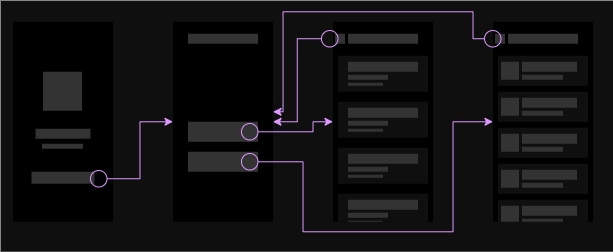
Above: 1-SoftwareRequirements/1.4-FuncNonFuncRequirements/1.4.4-NFRUserInterfaceOUTPUT/NFRUserInterfaceOUTPUT.drawio.png in oleksandrblazhko/ai-216-idzhilov (draw.io), before the change. Source tidied: cells renumbered, new cells last; positions are measured from the earlier drawing's top-left corner, leaving out a move shared by most shapes. Its diagram source:
```xml
<mxGraphModel>
  <root>
    <mxCell id="0" />
    <mxCell id="1" parent="0" />
    <mxCell id="2" style="rounded=0;whiteSpace=wrap;html=1;fillColor=#0F0F0F;strokeColor=none;" parent="1" vertex="1">
      <mxGeometry width="612.5" height="251.2" as="geometry" />
    </mxCell>
    <mxCell id="3" style="rounded=0;whiteSpace=wrap;html=1;fillColor=#000000;strokeColor=none;" parent="1" vertex="1">
      <mxGeometry x="172.5" y="21.2" width="100" height="200" as="geometry" />
    </mxCell>
    <mxCell id="4" style="rounded=0;whiteSpace=wrap;html=1;fillColor=#000000;strokeColor=none;" parent="1" vertex="1">
      <mxGeometry x="332.5" y="21.2" width="100" height="200" as="geometry" />
    </mxCell>
    <mxCell id="5" style="rounded=0;whiteSpace=wrap;html=1;fillColor=#000000;strokeColor=none;" parent="1" vertex="1">
      <mxGeometry x="492.5" y="21.2" width="100" height="200" as="geometry" />
    </mxCell>
    <mxCell id="6" style="rounded=0;whiteSpace=wrap;html=1;fillColor=#000000;strokeColor=none;" parent="1" vertex="1">
      <mxGeometry x="12.5" y="21.2" width="100" height="200" as="geometry" />
    </mxCell>
    <mxCell id="7" style="rounded=0;whiteSpace=wrap;html=1;fillColor=#333333;strokeColor=none;" parent="1" vertex="1">
      <mxGeometry x="187.5" y="121.2" width="70" height="20" as="geometry" />
    </mxCell>
    <mxCell id="8" style="rounded=0;whiteSpace=wrap;html=1;fillColor=#333333;strokeColor=none;" parent="1" vertex="1">
      <mxGeometry x="187.5" y="151.2" width="70" height="20" as="geometry" />
    </mxCell>
    <mxCell id="9" style="rounded=0;whiteSpace=wrap;html=1;fillColor=#0F0F0F;strokeColor=none;" parent="1" vertex="1">
      <mxGeometry x="337.5" y="55.2" width="90" height="36" as="geometry" />
    </mxCell>
    <mxCell id="10" style="rounded=0;whiteSpace=wrap;html=1;strokeColor=none;fillColor=#333333;" parent="1" vertex="1">
      <mxGeometry x="347.5" y="61.2" width="70" height="10" as="geometry" />
    </mxCell>
    <mxCell id="11" style="rounded=0;whiteSpace=wrap;html=1;strokeColor=none;fillColor=#333333;" parent="1" vertex="1">
      <mxGeometry x="347.5" y="74.2" width="40" height="5" as="geometry" />
    </mxCell>
    <mxCell id="12" style="rounded=0;whiteSpace=wrap;html=1;strokeColor=none;fillColor=#333333;" parent="1" vertex="1">
      <mxGeometry x="347.5" y="82.2" width="35" height="3" as="geometry" />
    </mxCell>
    <mxCell id="13" style="rounded=0;whiteSpace=wrap;html=1;fillColor=#0F0F0F;strokeColor=none;" parent="1" vertex="1">
      <mxGeometry x="337.5" y="101.2" width="90" height="36" as="geometry" />
    </mxCell>
    <mxCell id="14" style="rounded=0;whiteSpace=wrap;html=1;strokeColor=none;fillColor=#333333;" parent="1" vertex="1">
      <mxGeometry x="347.5" y="107.2" width="70" height="10" as="geometry" />
    </mxCell>
    <mxCell id="15" style="rounded=0;whiteSpace=wrap;html=1;strokeColor=none;fillColor=#333333;" parent="1" vertex="1">
      <mxGeometry x="347.5" y="120.2" width="40" height="5" as="geometry" />
    </mxCell>
    <mxCell id="16" style="rounded=0;whiteSpace=wrap;html=1;strokeColor=none;fillColor=#333333;" parent="1" vertex="1">
      <mxGeometry x="347.5" y="128.2" width="35" height="3" as="geometry" />
    </mxCell>
    <mxCell id="17" style="rounded=0;whiteSpace=wrap;html=1;fillColor=#0F0F0F;strokeColor=none;" parent="1" vertex="1">
      <mxGeometry x="337.5" y="147.2" width="90" height="36" as="geometry" />
    </mxCell>
    <mxCell id="18" style="rounded=0;whiteSpace=wrap;html=1;strokeColor=none;fillColor=#333333;" parent="1" vertex="1">
      <mxGeometry x="347.5" y="153.2" width="70" height="10" as="geometry" />
    </mxCell>
    <mxCell id="19" style="rounded=0;whiteSpace=wrap;html=1;strokeColor=none;fillColor=#333333;" parent="1" vertex="1">
      <mxGeometry x="347.5" y="166.2" width="40" height="5" as="geometry" />
    </mxCell>
    <mxCell id="20" style="rounded=0;whiteSpace=wrap;html=1;strokeColor=none;fillColor=#333333;" parent="1" vertex="1">
      <mxGeometry x="347.5" y="174.2" width="35" height="3" as="geometry" />
    </mxCell>
    <mxCell id="21" style="rounded=0;whiteSpace=wrap;html=1;fillColor=#0F0F0F;strokeColor=none;" parent="1" vertex="1">
      <mxGeometry x="337.5" y="193.2" width="90" height="28" as="geometry" />
    </mxCell>
    <mxCell id="22" style="rounded=0;whiteSpace=wrap;html=1;strokeColor=none;fillColor=#333333;" parent="1" vertex="1">
      <mxGeometry x="347.5" y="199.2" width="70" height="10" as="geometry" />
    </mxCell>
    <mxCell id="23" style="rounded=0;whiteSpace=wrap;html=1;strokeColor=none;fillColor=#333333;" parent="1" vertex="1">
      <mxGeometry x="347.5" y="212.2" width="40" height="5" as="geometry" />
    </mxCell>
    <mxCell id="24" style="rounded=0;whiteSpace=wrap;html=1;strokeColor=none;fillColor=#333333;" parent="1" vertex="1">
      <mxGeometry x="347.5" y="220.2" width="35" height="1" as="geometry" />
    </mxCell>
    <mxCell id="25" style="rounded=0;whiteSpace=wrap;html=1;strokeColor=none;fillColor=#333333;" parent="1" vertex="1">
      <mxGeometry x="347.5" y="33.2" width="70" height="10" as="geometry" />
    </mxCell>
    <mxCell id="26" style="rounded=0;whiteSpace=wrap;html=1;fillColor=#333333;strokeColor=none;" parent="1" vertex="1">
      <mxGeometry x="334.5" y="33.2" width="10" height="10" as="geometry" />
    </mxCell>
    <mxCell id="27" style="rounded=0;whiteSpace=wrap;html=1;strokeColor=none;fillColor=#333333;" parent="1" vertex="1">
      <mxGeometry x="507.5" y="33.2" width="70" height="10" as="geometry" />
    </mxCell>
    <mxCell id="28" style="rounded=0;whiteSpace=wrap;html=1;fillColor=#333333;strokeColor=none;" parent="1" vertex="1">
      <mxGeometry x="494.5" y="33.2" width="10" height="10" as="geometry" />
    </mxCell>
    <mxCell id="29" style="rounded=0;whiteSpace=wrap;html=1;fillColor=#0F0F0F;strokeColor=none;" parent="1" vertex="1">
      <mxGeometry x="497.5" y="55.2" width="90" height="30" as="geometry" />
    </mxCell>
    <mxCell id="30" style="rounded=0;whiteSpace=wrap;html=1;strokeColor=none;fillColor=#333333;" parent="1" vertex="1">
      <mxGeometry x="521.5" y="61.2" width="55" height="10" as="geometry" />
    </mxCell>
    <mxCell id="31" style="rounded=0;whiteSpace=wrap;html=1;strokeColor=none;fillColor=#333333;" parent="1" vertex="1">
      <mxGeometry x="521.5" y="74.2" width="41" height="5" as="geometry" />
    </mxCell>
    <mxCell id="32" style="rounded=0;whiteSpace=wrap;html=1;fillColor=#333333;strokeColor=none;" parent="1" vertex="1">
      <mxGeometry x="500.5" y="61.2" width="18" height="18" as="geometry" />
    </mxCell>
    <mxCell id="33" style="rounded=0;whiteSpace=wrap;html=1;fillColor=#0F0F0F;strokeColor=none;" parent="1" vertex="1">
      <mxGeometry x="497.5" y="91.2" width="90" height="30" as="geometry" />
    </mxCell>
    <mxCell id="34" style="rounded=0;whiteSpace=wrap;html=1;strokeColor=none;fillColor=#333333;" parent="1" vertex="1">
      <mxGeometry x="521.5" y="97.2" width="55" height="10" as="geometry" />
    </mxCell>
    <mxCell id="35" style="rounded=0;whiteSpace=wrap;html=1;strokeColor=none;fillColor=#333333;" parent="1" vertex="1">
      <mxGeometry x="521.5" y="110.2" width="41" height="5" as="geometry" />
    </mxCell>
    <mxCell id="36" style="rounded=0;whiteSpace=wrap;html=1;fillColor=#333333;strokeColor=none;" parent="1" vertex="1">
      <mxGeometry x="500.5" y="97.2" width="18" height="18" as="geometry" />
    </mxCell>
    <mxCell id="37" style="rounded=0;whiteSpace=wrap;html=1;fillColor=#0F0F0F;strokeColor=none;" parent="1" vertex="1">
      <mxGeometry x="497.5" y="127.2" width="90" height="30" as="geometry" />
    </mxCell>
    <mxCell id="38" style="rounded=0;whiteSpace=wrap;html=1;strokeColor=none;fillColor=#333333;" parent="1" vertex="1">
      <mxGeometry x="521.5" y="133.2" width="55" height="10" as="geometry" />
    </mxCell>
    <mxCell id="39" style="rounded=0;whiteSpace=wrap;html=1;strokeColor=none;fillColor=#333333;" parent="1" vertex="1">
      <mxGeometry x="521.5" y="146.2" width="41" height="5" as="geometry" />
    </mxCell>
    <mxCell id="40" style="rounded=0;whiteSpace=wrap;html=1;fillColor=#333333;strokeColor=none;" parent="1" vertex="1">
      <mxGeometry x="500.5" y="133.2" width="18" height="18" as="geometry" />
    </mxCell>
    <mxCell id="41" style="rounded=0;whiteSpace=wrap;html=1;fillColor=#0F0F0F;strokeColor=none;" parent="1" vertex="1">
      <mxGeometry x="497.5" y="163.2" width="90" height="30" as="geometry" />
    </mxCell>
    <mxCell id="42" style="rounded=0;whiteSpace=wrap;html=1;strokeColor=none;fillColor=#333333;" parent="1" vertex="1">
      <mxGeometry x="521.5" y="169.2" width="55" height="10" as="geometry" />
    </mxCell>
    <mxCell id="43" style="rounded=0;whiteSpace=wrap;html=1;strokeColor=none;fillColor=#333333;" parent="1" vertex="1">
      <mxGeometry x="521.5" y="182.2" width="41" height="5" as="geometry" />
    </mxCell>
    <mxCell id="44" style="rounded=0;whiteSpace=wrap;html=1;fillColor=#333333;strokeColor=none;" parent="1" vertex="1">
      <mxGeometry x="500.5" y="169.2" width="18" height="18" as="geometry" />
    </mxCell>
    <mxCell id="45" style="rounded=0;whiteSpace=wrap;html=1;fillColor=#0F0F0F;strokeColor=none;" parent="1" vertex="1">
      <mxGeometry x="497.5" y="199.2" width="90" height="22" as="geometry" />
    </mxCell>
    <mxCell id="46" style="rounded=0;whiteSpace=wrap;html=1;strokeColor=none;fillColor=#333333;" parent="1" vertex="1">
      <mxGeometry x="521.5" y="205.2" width="55" height="10" as="geometry" />
    </mxCell>
    <mxCell id="47" style="rounded=0;whiteSpace=wrap;html=1;strokeColor=none;fillColor=#333333;" parent="1" vertex="1">
      <mxGeometry x="521.5" y="218.2" width="41" height="3" as="geometry" />
    </mxCell>
    <mxCell id="48" style="rounded=0;whiteSpace=wrap;html=1;fillColor=#333333;strokeColor=none;" parent="1" vertex="1">
      <mxGeometry x="500.5" y="205.2" width="18" height="16" as="geometry" />
    </mxCell>
    <mxCell id="49" style="rounded=0;whiteSpace=wrap;html=1;fillColor=#333333;strokeColor=none;" parent="1" vertex="1">
      <mxGeometry x="42.5" y="71.2" width="39" height="39" as="geometry" />
    </mxCell>
    <mxCell id="50" style="rounded=0;whiteSpace=wrap;html=1;strokeColor=none;fillColor=#333333;" parent="1" vertex="1">
      <mxGeometry x="35" y="128.2" width="55" height="10" as="geometry" />
    </mxCell>
    <mxCell id="51" style="rounded=0;whiteSpace=wrap;html=1;strokeColor=none;fillColor=#333333;" parent="1" vertex="1">
      <mxGeometry x="41.5" y="143.2" width="41" height="5" as="geometry" />
    </mxCell>
    <mxCell id="52" style="rounded=0;whiteSpace=wrap;html=1;strokeColor=none;fillColor=#333333;" parent="1" vertex="1">
      <mxGeometry x="31" y="171.2" width="63" height="12" as="geometry" />
    </mxCell>
    <mxCell id="53" style="rounded=0;whiteSpace=wrap;html=1;strokeColor=none;fillColor=#333333;" parent="1" vertex="1">
      <mxGeometry x="187.5" y="33.2" width="70" height="10" as="geometry" />
    </mxCell>
    <mxCell id="54" style="edgeStyle=orthogonalEdgeStyle;rounded=0;jettySize=auto;html=1;entryX=0;entryY=0.5;entryDx=0;entryDy=0;strokeColor=#DD99FF;" parent="1" edge="1" source="55" target="3">
      <mxGeometry relative="1" as="geometry" />
    </mxCell>
    <mxCell id="55" style="ellipse;whiteSpace=wrap;html=1;fillColor=none;strokeColor=#DD99FF;" parent="1" vertex="1">
      <mxGeometry x="90" y="170" width="16.5" height="16.5" as="geometry" />
    </mxCell>
    <mxCell id="56" style="edgeStyle=orthogonalEdgeStyle;rounded=0;jettySize=auto;html=1;entryX=0;entryY=0.5;entryDx=0;entryDy=0;strokeColor=#DD99FF;" parent="1" edge="1" source="57" target="4">
      <mxGeometry relative="1" as="geometry">
        <Array as="points">
          <mxPoint x="312.5" y="131.2" />
          <mxPoint x="312.5" y="121.2" />
        </Array>
      </mxGeometry>
    </mxCell>
    <mxCell id="57" style="ellipse;whiteSpace=wrap;html=1;fillColor=none;strokeColor=#DD99FF;" parent="1" vertex="1">
      <mxGeometry x="241" y="123" width="16.5" height="16.5" as="geometry" />
    </mxCell>
    <mxCell id="58" style="edgeStyle=orthogonalEdgeStyle;rounded=0;jettySize=auto;html=1;entryX=0;entryY=0.5;entryDx=0;entryDy=0;strokeColor=#DD99FF;" parent="1" edge="1" source="59" target="5">
      <mxGeometry relative="1" as="geometry">
        <Array as="points">
          <mxPoint x="302.5" y="161.2" />
          <mxPoint x="302.5" y="231.2" />
          <mxPoint x="452.5" y="231.2" />
          <mxPoint x="452.5" y="121.2" />
        </Array>
      </mxGeometry>
    </mxCell>
    <mxCell id="59" style="ellipse;whiteSpace=wrap;html=1;fillColor=none;strokeColor=#DD99FF;" parent="1" vertex="1">
      <mxGeometry x="241" y="153" width="16.5" height="16.5" as="geometry" />
    </mxCell>
    <mxCell id="60" style="edgeStyle=orthogonalEdgeStyle;rounded=0;jettySize=auto;html=1;strokeColor=#DD99FF;" parent="1" edge="1" source="61">
      <mxGeometry relative="1" as="geometry">
        <mxPoint x="272.5" y="111.2" as="targetPoint" />
        <Array as="points">
          <mxPoint x="472.5" y="38.2" />
          <mxPoint x="472.5" y="11.2" />
          <mxPoint x="282.5" y="11.2" />
          <mxPoint x="282.5" y="111.2" />
          <mxPoint x="272.5" y="111.2" />
        </Array>
      </mxGeometry>
    </mxCell>
    <mxCell id="61" style="ellipse;whiteSpace=wrap;html=1;fillColor=none;strokeColor=#DD99FF;" parent="1" vertex="1">
      <mxGeometry x="484" y="30" width="16.5" height="16.5" as="geometry" />
    </mxCell>
    <mxCell id="62" style="edgeStyle=orthogonalEdgeStyle;rounded=0;jettySize=auto;html=1;entryX=1;entryY=0.5;entryDx=0;entryDy=0;strokeColor=#DD99FF;" parent="1" edge="1" source="63" target="3">
      <mxGeometry relative="1" as="geometry" />
    </mxCell>
    <mxCell id="63" style="ellipse;whiteSpace=wrap;html=1;fillColor=none;strokeColor=#DD99FF;" parent="1" vertex="1">
      <mxGeometry x="321" y="30" width="16.5" height="16.5" as="geometry" />
    </mxCell>
  </root>
</mxGraphModel>
```
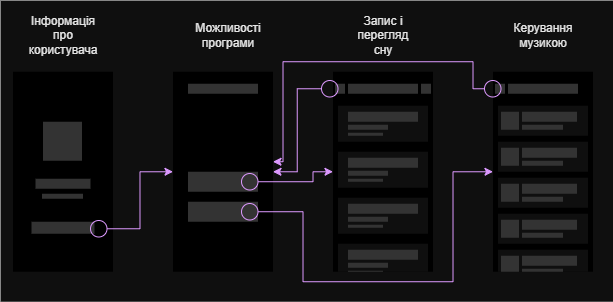
The same file after the commit.

Diff of the diagram source:
```diff
@@ -3,7 +3,7 @@
     <mxCell id="0" />
     <mxCell id="1" parent="0" />
     <mxCell id="2" style="rounded=0;whiteSpace=wrap;html=1;fillColor=#0F0F0F;strokeColor=none;" parent="1" vertex="1">
-      <mxGeometry width="612.5" height="251.2" as="geometry" />
+      <mxGeometry y="-50" width="612.5" height="301.2" as="geometry" />
     </mxCell>
     <mxCell id="3" style="rounded=0;whiteSpace=wrap;html=1;fillColor=#000000;strokeColor=none;" parent="1" vertex="1">
       <mxGeometry x="172.5" y="21.2" width="100" height="200" as="geometry" />
@@ -209,5 +209,20 @@
     <mxCell id="63" style="ellipse;whiteSpace=wrap;html=1;fillColor=none;strokeColor=#DD99FF;" parent="1" vertex="1">
       <mxGeometry x="321" y="30" width="16.5" height="16.5" as="geometry" />
     </mxCell>
+    <mxCell id="64" value="&lt;font color=&quot;#e6e6e6&quot;&gt;Інформація про користувача&lt;/font&gt;" style="text;html=1;strokeColor=none;fillColor=none;align=center;verticalAlign=middle;whiteSpace=wrap;rounded=0;" parent="1" vertex="1">
+      <mxGeometry x="32.5" y="-30" width="60" height="30" as="geometry" />
+    </mxCell>
+    <mxCell id="65" style="rounded=0;whiteSpace=wrap;html=1;fillColor=#333333;strokeColor=none;" parent="1" vertex="1">
+      <mxGeometry x="420.5" y="33.2" width="10" height="10" as="geometry" />
+    </mxCell>
+    <mxCell id="66" value="&lt;font color=&quot;#e6e6e6&quot;&gt;Можливості програми&lt;/font&gt;" style="text;html=1;strokeColor=none;fillColor=none;align=center;verticalAlign=middle;whiteSpace=wrap;rounded=0;" parent="1" vertex="1">
+      <mxGeometry x="197.5" y="-30" width="60" height="30" as="geometry" />
+    </mxCell>
+    <mxCell id="67" value="&lt;font color=&quot;#e6e6e6&quot;&gt;Запис і перегляд сну&lt;/font&gt;" style="text;html=1;strokeColor=none;fillColor=none;align=center;verticalAlign=middle;whiteSpace=wrap;rounded=0;" parent="1" vertex="1">
+      <mxGeometry x="352.5" y="-30" width="60" height="30" as="geometry" />
+    </mxCell>
+    <mxCell id="68" value="&lt;font color=&quot;#e6e6e6&quot;&gt;Керування музикою&lt;/font&gt;" style="text;html=1;strokeColor=none;fillColor=none;align=center;verticalAlign=middle;whiteSpace=wrap;rounded=0;" parent="1" vertex="1">
+      <mxGeometry x="512.5" y="-30" width="60" height="30" as="geometry" />
+    </mxCell>
   </root>
 </mxGraphModel>
```
